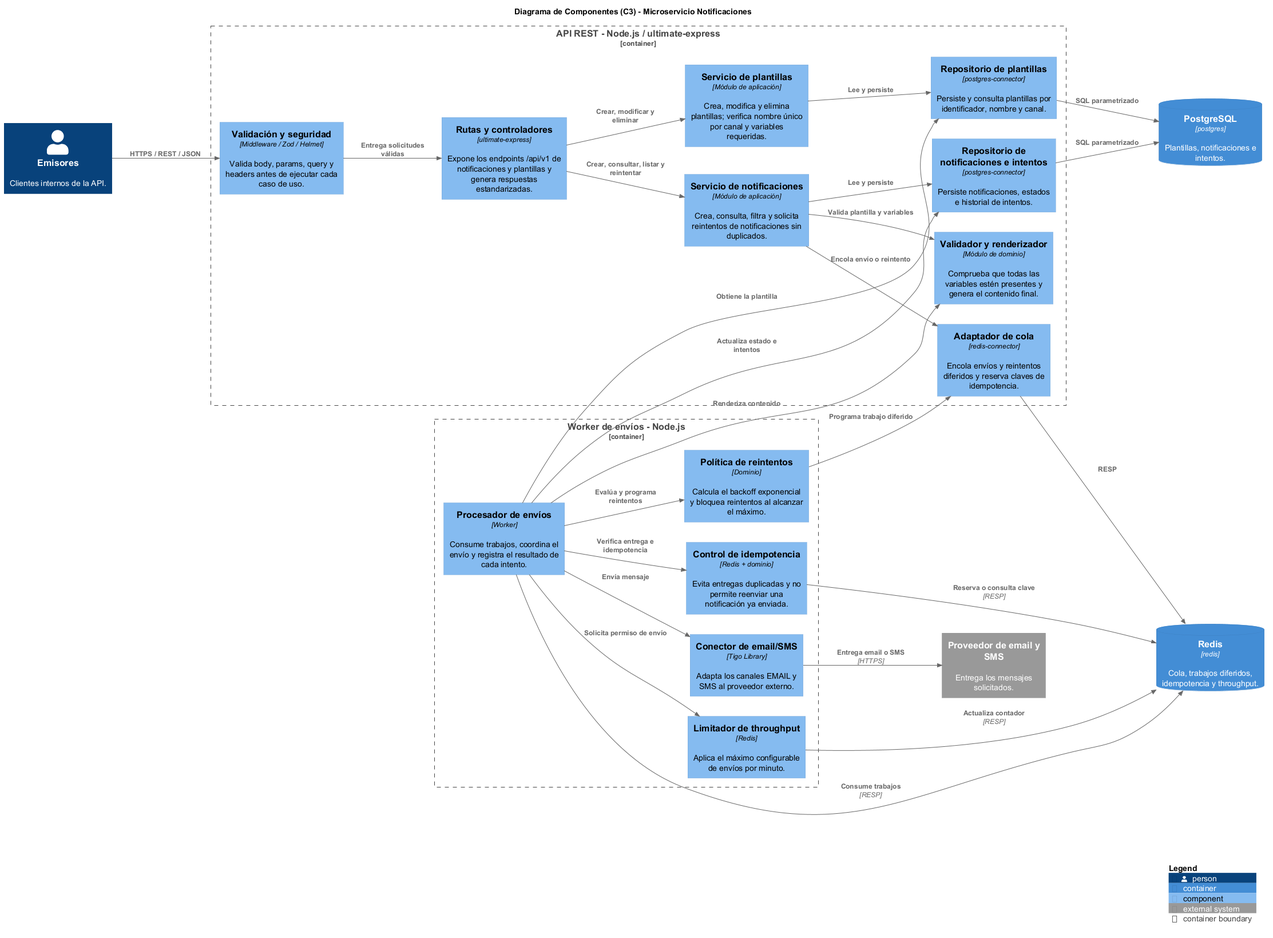
Before: notificaciones-architecture/diagrams/C4/componentes/notificaciones-03-componentes.png, a diagram exported from PlantUML (Frosmin/tigoBootcamp). The source it was exported from:
```plantuml
@startuml notificaciones-03-componentes

!define RELATIVE_INCLUDE "."
!include ../../../../notificaciones-architecture/binariess/C4_Component.puml

LAYOUT_LEFT_RIGHT()

title Diagrama de Componentes (C3) - Microservicio Notificaciones

Person(emisores, "Emisores", "Clientes internos de la API.")
System_Ext(proveedor, "Proveedor de email y SMS", "Entrega los mensajes solicitados.")
ContainerDb(db, "PostgreSQL", "postgres", "Plantillas, notificaciones e intentos.")
ContainerDb(redis, "Redis", "redis", "Cola, trabajos diferidos, idempotencia y throughput.")

Container_Boundary(api, "API REST - Node.js / ultimate-express") {
    Component(routes, "Rutas y controladores", "ultimate-express", "Expone los endpoints /api/v1 de notificaciones y plantillas y genera respuestas estandarizadas.")
    Component(validation, "Validación y seguridad", "Middleware / Zod / Helmet", "Valida body, params, query y headers antes de ejecutar cada caso de uso.")
    Component(notificationService, "Servicio de notificaciones", "Módulo de aplicación", "Crea, consulta, filtra y solicita reintentos de notificaciones sin duplicados.")
    Component(templateService, "Servicio de plantillas", "Módulo de aplicación", "Crea, modifica y elimina plantillas; verifica nombre único por canal y variables requeridas.")
    Component(templateRenderer, "Validador y renderizador", "Módulo de dominio", "Comprueba que todas las variables estén presentes y genera el contenido final.")
    Component(notificationRepo, "Repositorio de notificaciones e intentos", "postgres-connector", "Persiste notificaciones, estados e historial de intentos.")
    Component(templateRepo, "Repositorio de plantillas", "postgres-connector", "Persiste y consulta plantillas por identificador, nombre y canal.")
    Component(queueAdapter, "Adaptador de cola", "redis-connector", "Encola envíos y reintentos diferidos y reserva claves de idempotencia.")
}

Container_Boundary(worker, "Worker de envíos - Node.js") {
    Component(dispatchWorker, "Procesador de envíos", "Worker", "Consume trabajos, coordina el envío y registra el resultado de cada intento.")
    Component(retryPolicy, "Política de reintentos", "Dominio", "Calcula el backoff exponencial y bloquea reintentos al alcanzar el máximo.")
    Component(rateLimiter, "Limitador de throughput", "Redis", "Aplica el máximo configurable de envíos por minuto.")
    Component(deliveryGuard, "Control de idempotencia", "Redis + dominio", "Evita entregas duplicadas y no permite reenviar una notificación ya enviada.")
    Component(tigoConnector, "Conector de email/SMS", "Tigo Library", "Adapta los canales EMAIL y SMS al proveedor externo.")
}

Rel(emisores, validation, "HTTPS / REST / JSON")
Rel(validation, routes, "Entrega solicitudes válidas")
Rel(routes, notificationService, "Crear, consultar, listar y reintentar")
Rel(routes, templateService, "Crear, modificar y eliminar")

Rel(notificationService, templateRenderer, "Valida plantilla y variables")
Rel(notificationService, notificationRepo, "Lee y persiste")
Rel(notificationService, queueAdapter, "Encola envío o reintento")
Rel(templateService, templateRepo, "Lee y persiste")

Rel(notificationRepo, db, "SQL parametrizado")
Rel(templateRepo, db, "SQL parametrizado")
Rel(queueAdapter, redis, "RESP")

Rel(dispatchWorker, redis, "Consume trabajos", "RESP")
Rel(dispatchWorker, notificationRepo, "Actualiza estado e intentos")
Rel(dispatchWorker, templateRepo, "Obtiene la plantilla")
Rel(dispatchWorker, templateRenderer, "Renderiza contenido")
Rel(dispatchWorker, retryPolicy, "Evalúa y programa reintentos")
Rel(dispatchWorker, rateLimiter, "Solicita permiso de envío")
Rel(dispatchWorker, deliveryGuard, "Verifica entrega e idempotencia")
Rel(retryPolicy, queueAdapter, "Programa trabajo diferido")
Rel(rateLimiter, redis, "Actualiza contador", "RESP")
Rel(deliveryGuard, redis, "Reserva o consulta clave", "RESP")
Rel(dispatchWorker, tigoConnector, "Envía mensaje")
Rel(tigoConnector, proveedor, "Entrega email o SMS", "HTTPS")



SHOW_LEGEND()
@enduml
```
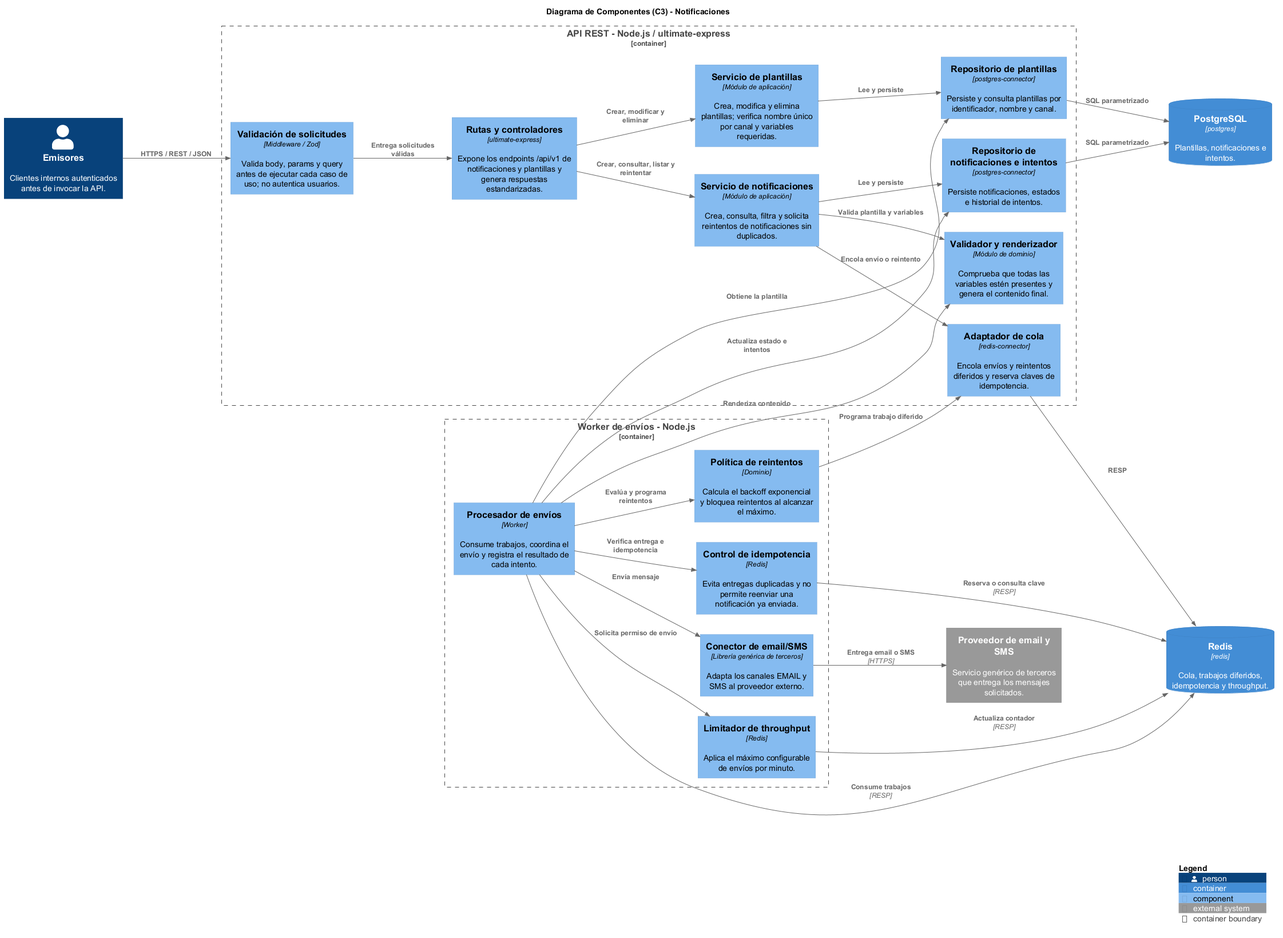
The same file after the commit.

Diff of the diagram source:
```diff
@@ -5,16 +5,16 @@
 
 LAYOUT_LEFT_RIGHT()
 
-title Diagrama de Componentes (C3) - Microservicio Notificaciones
+title Diagrama de Componentes (C3) - Notificaciones
 
-Person(emisores, "Emisores", "Clientes internos de la API.")
-System_Ext(proveedor, "Proveedor de email y SMS", "Entrega los mensajes solicitados.")
+Person(emisores, "Emisores", "Clientes internos autenticados antes de invocar la API.")
+System_Ext(proveedor, "Proveedor de email y SMS", "Servicio genérico de terceros que entrega los mensajes solicitados.")
 ContainerDb(db, "PostgreSQL", "postgres", "Plantillas, notificaciones e intentos.")
 ContainerDb(redis, "Redis", "redis", "Cola, trabajos diferidos, idempotencia y throughput.")
 
 Container_Boundary(api, "API REST - Node.js / ultimate-express") {
     Component(routes, "Rutas y controladores", "ultimate-express", "Expone los endpoints /api/v1 de notificaciones y plantillas y genera respuestas estandarizadas.")
-    Component(validation, "Validación y seguridad", "Middleware / Zod / Helmet", "Valida body, params, query y headers antes de ejecutar cada caso de uso.")
+    Component(validation, "Validación de solicitudes", "Middleware / Zod", "Valida body, params y query antes de ejecutar cada caso de uso; no autentica usuarios.")
     Component(notificationService, "Servicio de notificaciones", "Módulo de aplicación", "Crea, consulta, filtra y solicita reintentos de notificaciones sin duplicados.")
     Component(templateService, "Servicio de plantillas", "Módulo de aplicación", "Crea, modifica y elimina plantillas; verifica nombre único por canal y variables requeridas.")
     Component(templateRenderer, "Validador y renderizador", "Módulo de dominio", "Comprueba que todas las variables estén presentes y genera el contenido final.")
@@ -27,8 +27,8 @@
     Component(dispatchWorker, "Procesador de envíos", "Worker", "Consume trabajos, coordina el envío y registra el resultado de cada intento.")
     Component(retryPolicy, "Política de reintentos", "Dominio", "Calcula el backoff exponencial y bloquea reintentos al alcanzar el máximo.")
     Component(rateLimiter, "Limitador de throughput", "Redis", "Aplica el máximo configurable de envíos por minuto.")
-    Component(deliveryGuard, "Control de idempotencia", "Redis + dominio", "Evita entregas duplicadas y no permite reenviar una notificación ya enviada.")
-    Component(tigoConnector, "Conector de email/SMS", "Tigo Library", "Adapta los canales EMAIL y SMS al proveedor externo.")
+    Component(deliveryGuard, "Control de idempotencia", "Redis", "Evita entregas duplicadas y no permite reenviar una notificación ya enviada.")
+    Component(channelConnector, "Conector de email/SMS", "Librería genérica de terceros", "Adapta los canales EMAIL y SMS al proveedor externo.")
 }
 
 Rel(emisores, validation, "HTTPS / REST / JSON")
@@ -55,8 +55,8 @@
 Rel(retryPolicy, queueAdapter, "Programa trabajo diferido")
 Rel(rateLimiter, redis, "Actualiza contador", "RESP")
 Rel(deliveryGuard, redis, "Reserva o consulta clave", "RESP")
-Rel(dispatchWorker, tigoConnector, "Envía mensaje")
-Rel(tigoConnector, proveedor, "Entrega email o SMS", "HTTPS")
+Rel(dispatchWorker, channelConnector, "Envía mensaje")
+Rel(channelConnector, proveedor, "Entrega email o SMS", "HTTPS")
 
 
 
```
